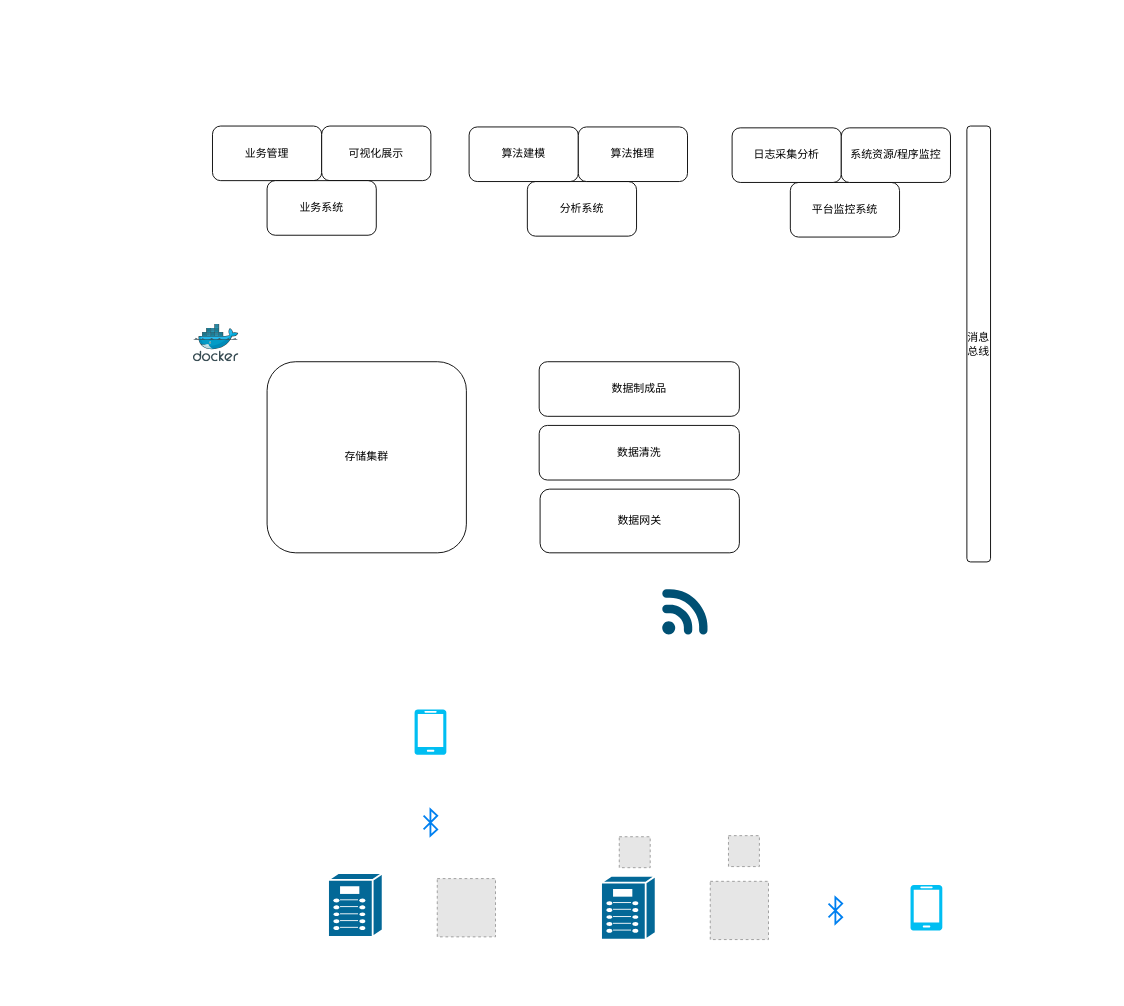
Earlier version of the draw.io diagram 澳瑞特设备管理.drawio (liz2m/draw.images). Source tidied: cells renumbered, new cells numbered last; positions are measured from the earlier drawing's top-left corner, leaving out a move shared by most shapes. Both pictures are drawn from the tidied source at 91%, with x=0, y=0 at pixel (193, 126). Pictures stored in the file or linked from it are replaced by grey dashed boxes.
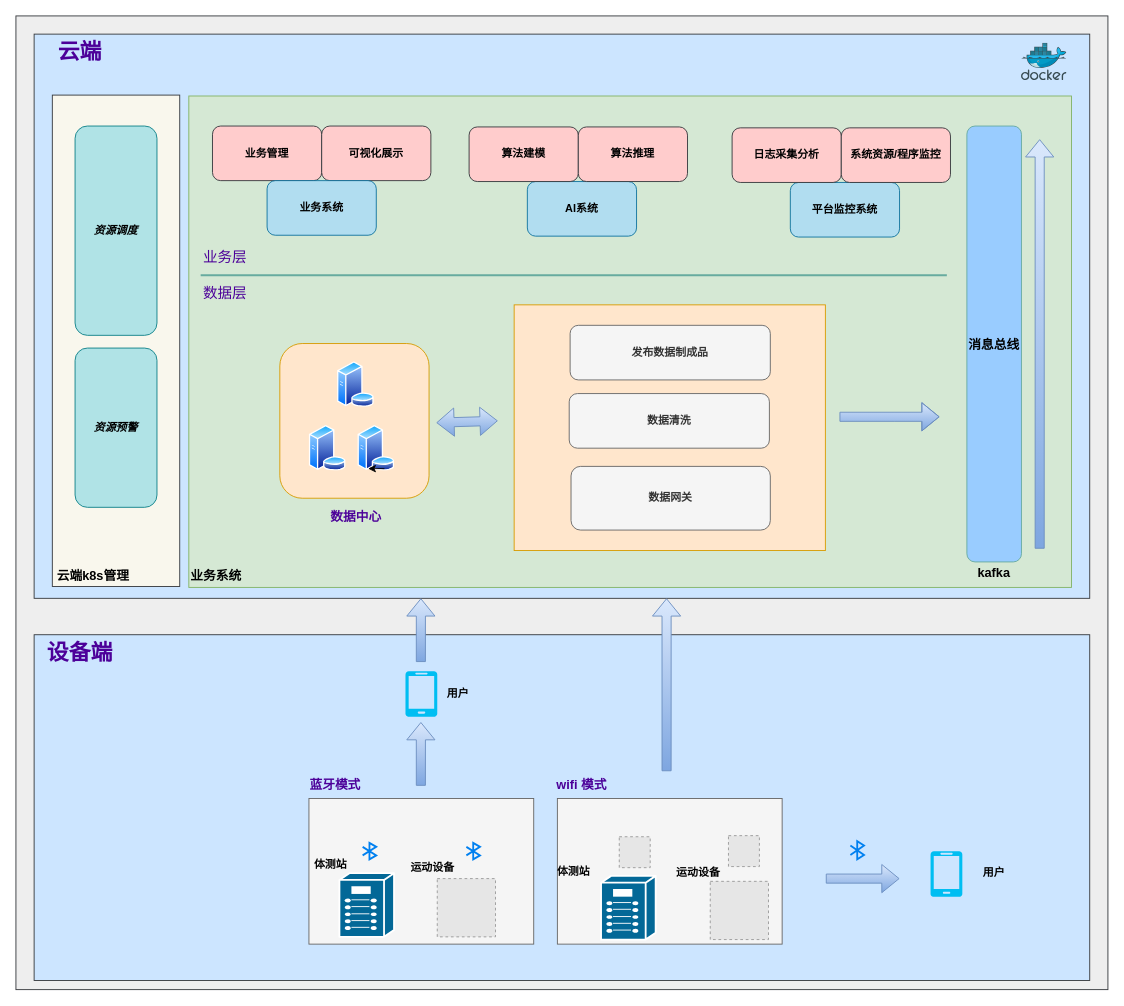
After the change.

Commit message (it also covers changes not shown here):
更新澳瑞特设备管理.drawio

The edit, as a diff of the source:
```diff
@@
+    <mxCell id="28" style="rounded=0;whiteSpace=wrap;html=1;fontSize=16;fillColor=#eeeeee;strokeColor=#36393d;" parent="1" vertex="1">
+      <mxGeometry x="-195" y="-121" width="1200" height="1070" as="geometry" />
+    </mxCell>
+    <mxCell id="29" style="rounded=0;whiteSpace=wrap;html=1;fillColor=#cce5ff;strokeColor=#36393d;" parent="1" vertex="1">
+      <mxGeometry x="-175" y="559" width="1160" height="380" as="geometry" />
+    </mxCell>
+    <mxCell id="30" style="rounded=0;whiteSpace=wrap;html=1;fillColor=#cce5ff;strokeColor=#36393d;" parent="1" vertex="1">
+      <mxGeometry x="-175" y="-101" width="1160" height="620" as="geometry" />
+    </mxCell>
+    <mxCell id="31" style="rounded=0;whiteSpace=wrap;html=1;fillColor=#f9f7ed;strokeColor=#36393d;" parent="1" vertex="1">
+      <mxGeometry x="-155" y="-34" width="140" height="540" as="geometry" />
+    </mxCell>
+    <mxCell id="32" style="rounded=0;whiteSpace=wrap;html=1;fillColor=#d5e8d4;strokeColor=#82b366;" parent="1" vertex="1">
+      <mxGeometry x="-5" y="-33" width="970" height="540" as="geometry" />
+    </mxCell>
+    <mxCell id="33" style="rounded=0;whiteSpace=wrap;html=1;fillColor=#ffe6cc;strokeColor=#d79b00;" parent="1" vertex="1">
+      <mxGeometry x="352.5" y="196.5" width="342" height="270" as="geometry" />
+    </mxCell>
+    <mxCell id="34" style="rounded=0;whiteSpace=wrap;html=1;fontColor=#333333;fillColor=#f5f5f5;strokeColor=#666666;" parent="1" vertex="1">
+      <mxGeometry x="400" y="739" width="247" height="160" as="geometry" />
+    </mxCell>
+    <mxCell id="35" style="rounded=0;whiteSpace=wrap;html=1;fontColor=#333333;fillColor=#f5f5f5;strokeColor=#666666;" parent="1" vertex="1">
+      <mxGeometry x="127" y="739" width="247" height="160" as="geometry" />
+    </mxCell>
@@
-    <mxCell id="3" style="verticalLabelPosition=bottom;sketch=0;html=1;verticalAlign=top;align=center;shape=mxgraph.cisco19.3g_4g_indicator;fillColor=#005073;strokeColor=none;" parent="1" vertex="1">
-      <mxGeometry x="515" y="509" width="50" height="50" as="geometry" />
-    </mxCell>
     <mxCell id="4" style="html=1;verticalLabelPosition=bottom;align=center;labelBackgroundColor=#ffffff;verticalAlign=top;strokeWidth=2;strokeColor=#0080F0;shadow=0;dashed=0;shape=mxgraph.ios7.icons.bluetooth;" parent="1" vertex="1">
-      <mxGeometry x="253" y="751" width="15" height="28.8" as="geometry" />
+      <mxGeometry x="186" y="787.8" width="15" height="18" as="geometry" />
     </mxCell>
     <mxCell id="5" style="shape=mxgraph.cisco.misc.breakout_box;html=1;dashed=0;fillColor=#036897;strokeColor=#ffffff;strokeWidth=2;verticalLabelPosition=bottom;verticalAlign=top;align=center;" parent="1" vertex="1">
-      <mxGeometry x="148" y="821" width="60" height="70" as="geometry" />
+      <mxGeometry x="160.5" y="821" width="60" height="70" as="geometry" />
     </mxCell>
     <mxCell id="6" style="verticalLabelPosition=bottom;html=1;verticalAlign=top;align=center;strokeColor=none;fillColor=#00BEF2;shape=mxgraph.azure.mobile;fontColor=#000000;" parent="1" vertex="1">
-      <mxGeometry x="243" y="641" width="35" height="50" as="geometry" />
+      <mxGeometry x="233" y="599" width="35" height="50" as="geometry" />
     </mxCell>
@@
     <mxCell id="11" style="sketch=0;html=1;align=center;image;fontSize=12;image=img/lib/mscae/Docker.svg;fontColor=#000000;" parent="1" vertex="1">
-      <mxGeometry y="218" width="50" height="41" as="geometry" />
+      <mxGeometry x="910" y="-91" width="50" height="41" as="geometry" />
     </mxCell>
     <mxCell id="12" style="html=1;verticalLabelPosition=bottom;align=center;labelBackgroundColor=#ffffff;verticalAlign=top;strokeWidth=2;strokeColor=#0080F0;shadow=0;dashed=0;shape=mxgraph.ios7.icons.bluetooth;" parent="1" vertex="1">
-      <mxGeometry x="698" y="847.6" width="15" height="28.8" as="geometry" />
+      <mxGeometry x="722" y="785.8" width="15" height="20" as="geometry" />
     </mxCell>
     <mxCell id="13" style="verticalLabelPosition=bottom;html=1;verticalAlign=top;align=center;strokeColor=none;fillColor=#00BEF2;shape=mxgraph.azure.mobile;fontColor=#000000;" parent="1" vertex="1">
-      <mxGeometry x="788" y="834" width="35" height="50" as="geometry" />
+      <mxGeometry x="810" y="797" width="35" height="50" as="geometry" />
     </mxCell>
-    <mxCell id="14" value="数据网关" style="rounded=1;whiteSpace=wrap;html=1;fontColor=#000000;" parent="1" vertex="1">
-      <mxGeometry x="381" y="399" width="219" height="70" as="geometry" />
+    <mxCell id="14" value="数据网关" style="rounded=1;whiteSpace=wrap;html=1;fontColor=#333333;fillColor=#f5f5f5;strokeColor=#666666;fontStyle=1;" parent="1" vertex="1">
+      <mxGeometry x="415" y="374" width="219" height="70" as="geometry" />
     </mxCell>
-    <mxCell id="15" value="消息总线" style="rounded=1;whiteSpace=wrap;html=1;fontColor=#000000;" parent="1" vertex="1">
-      <mxGeometry x="850" width="26" height="479" as="geometry" />
+    <mxCell id="15" value="消息总线" style="rounded=1;whiteSpace=wrap;html=1;fillColor=#99CCFF;strokeColor=#67AB9F;fontStyle=1;fontSize=14;" parent="1" vertex="1">
+      <mxGeometry x="850" width="60" height="479" as="geometry" />
     </mxCell>
-    <mxCell id="16" value="数据清洗" style="rounded=1;whiteSpace=wrap;html=1;fontColor=#000000;" parent="1" vertex="1">
-      <mxGeometry x="380" y="329" width="220" height="60" as="geometry" />
+    <mxCell id="16" value="数据清洗" style="rounded=1;whiteSpace=wrap;html=1;fontColor=#333333;fillColor=#f5f5f5;strokeColor=#666666;fontStyle=1;" parent="1" vertex="1">
+      <mxGeometry x="413" y="294" width="220" height="60" as="geometry" />
     </mxCell>
-    <mxCell id="17" value="分析系统" style="rounded=1;whiteSpace=wrap;html=1;fontColor=#000000;" parent="1" vertex="1">
+    <mxCell id="17" value="AI系统" style="rounded=1;whiteSpace=wrap;html=1;fillColor=#b1ddf0;strokeColor=#10739e;fontStyle=1;" parent="1" vertex="1">
       <mxGeometry x="367" y="61" width="120" height="60" as="geometry" />
     </mxCell>
-    <mxCell id="18" value="业务管理" style="rounded=1;whiteSpace=wrap;html=1;fontColor=#000000;" parent="1" vertex="1">
+    <mxCell id="18" value="业务管理" style="rounded=1;whiteSpace=wrap;html=1;fillColor=#ffcccc;strokeColor=#36393d;fontStyle=1;" parent="1" vertex="1">
       <mxGeometry x="21" width="120" height="60" as="geometry" />
     </mxCell>
-    <mxCell id="19" value="可视化展示" style="rounded=1;whiteSpace=wrap;html=1;fontColor=#000000;" parent="1" vertex="1">
+    <mxCell id="19" value="可视化展示" style="rounded=1;whiteSpace=wrap;html=1;fillColor=#ffcccc;strokeColor=#36393d;fontStyle=1;" parent="1" vertex="1">
       <mxGeometry x="141" width="120" height="60" as="geometry" />
     </mxCell>
-    <mxCell id="20" value="算法建模" style="rounded=1;whiteSpace=wrap;html=1;fontColor=#000000;" parent="1" vertex="1">
+    <mxCell id="20" value="算法建模" style="rounded=1;whiteSpace=wrap;html=1;fillColor=#ffcccc;strokeColor=#36393d;fontStyle=1;" parent="1" vertex="1">
       <mxGeometry x="303" y="1" width="120" height="60" as="geometry" />
     </mxCell>
-    <mxCell id="21" value="算法推理" style="rounded=1;whiteSpace=wrap;html=1;fontColor=#000000;" parent="1" vertex="1">
+    <mxCell id="21" value="算法推理" style="rounded=1;whiteSpace=wrap;html=1;fillColor=#ffcccc;strokeColor=#36393d;fontStyle=1;" parent="1" vertex="1">
       <mxGeometry x="423" y="1" width="120" height="60" as="geometry" />
     </mxCell>
-    <mxCell id="22" value="业务系统" style="rounded=1;whiteSpace=wrap;html=1;fontColor=#000000;" parent="1" vertex="1">
+    <mxCell id="22" value="业务系统" style="rounded=1;whiteSpace=wrap;html=1;fillColor=#b1ddf0;strokeColor=#10739e;fontStyle=1;" parent="1" vertex="1">
       <mxGeometry x="81" y="60" width="120" height="60" as="geometry" />
     </mxCell>
-    <mxCell id="23" value="平台监控系统" style="rounded=1;whiteSpace=wrap;html=1;fontColor=#000000;" parent="1" vertex="1">
+    <mxCell id="23" value="平台监控系统" style="rounded=1;whiteSpace=wrap;html=1;fillColor=#b1ddf0;strokeColor=#10739e;fontStyle=1;" parent="1" vertex="1">
       <mxGeometry x="656" y="62" width="120" height="60" as="geometry" />
     </mxCell>
-    <mxCell id="24" value="日志采集分析" style="rounded=1;whiteSpace=wrap;html=1;fontColor=#000000;" parent="1" vertex="1">
+    <mxCell id="24" value="日志采集分析" style="rounded=1;whiteSpace=wrap;html=1;fillColor=#ffcccc;strokeColor=#36393d;fontStyle=1;" parent="1" vertex="1">
       <mxGeometry x="592" y="2" width="120" height="60" as="geometry" />
     </mxCell>
-    <mxCell id="25" value="系统资源/程序监控" style="rounded=1;whiteSpace=wrap;html=1;fontColor=#000000;" parent="1" vertex="1">
+    <mxCell id="25" value="系统资源/程序监控" style="rounded=1;whiteSpace=wrap;html=1;fillColor=#ffcccc;strokeColor=#36393d;fontStyle=1;" parent="1" vertex="1">
       <mxGeometry x="712" y="2" width="120" height="60" as="geometry" />
     </mxCell>
-    <mxCell id="26" value="数据制成品" style="rounded=1;whiteSpace=wrap;html=1;fontColor=#000000;" parent="1" vertex="1">
-      <mxGeometry x="380" y="259" width="220" height="60" as="geometry" />
+    <mxCell id="26" value="发布数据制成品" style="rounded=1;whiteSpace=wrap;html=1;fontColor=#333333;fillColor=#f5f5f5;strokeColor=#666666;fontStyle=1;" parent="1" vertex="1">
+      <mxGeometry x="414" y="219" width="220" height="60" as="geometry" />
     </mxCell>
-    <mxCell id="27" value="存储集群" style="rounded=1;whiteSpace=wrap;html=1;fontColor=#000000;" parent="1" vertex="1">
-      <mxGeometry x="81" y="259" width="219" height="210" as="geometry" />
+    <mxCell id="27" style="rounded=1;whiteSpace=wrap;html=1;fillColor=#ffe6cc;strokeColor=#d79b00;" parent="1" vertex="1">
+      <mxGeometry x="95" y="239" width="164" height="170" as="geometry" />
     </mxCell>
+    <mxCell id="36" value="资源调度" style="rounded=1;whiteSpace=wrap;html=1;fillColor=#b0e3e6;strokeColor=#0e8088;fontStyle=3;" parent="1" vertex="1">
+      <mxGeometry x="-130" width="90" height="230" as="geometry" />
+    </mxCell>
+    <mxCell id="37" value="蓝牙模式" style="text;html=1;strokeColor=none;fillColor=none;align=center;verticalAlign=middle;whiteSpace=wrap;rounded=0;fontColor=#4C0099;fontStyle=1;fontSize=14;" parent="1" vertex="1">
+      <mxGeometry x="126" y="709" width="60" height="30" as="geometry" />
+    </mxCell>
+    <mxCell id="38" style="html=1;verticalLabelPosition=bottom;align=center;labelBackgroundColor=#ffffff;verticalAlign=top;strokeWidth=2;strokeColor=#0080F0;shadow=0;dashed=0;shape=mxgraph.ios7.icons.bluetooth;" parent="1" vertex="1">
+      <mxGeometry x="300" y="787.8" width="15" height="18" as="geometry" />
+    </mxCell>
+    <mxCell id="39" value="wifi 模式" style="text;html=1;strokeColor=none;fillColor=none;align=center;verticalAlign=middle;whiteSpace=wrap;rounded=0;fontColor=#4C0099;fontStyle=1;fontSize=14;" parent="1" vertex="1">
+      <mxGeometry x="397" y="709" width="60" height="30" as="geometry" />
+    </mxCell>
+    <mxCell id="40" value="资源预警" style="rounded=1;whiteSpace=wrap;html=1;fillColor=#b0e3e6;strokeColor=#0e8088;fontStyle=3;" parent="1" vertex="1">
+      <mxGeometry x="-130" y="244" width="90" height="175" as="geometry" />
+    </mxCell>
+    <mxCell id="41" style="shape=flexArrow;endArrow=classic;html=1;rounded=0;fontColor=#000000;fillColor=#dae8fc;strokeColor=#6c8ebf;gradientColor=#7ea6e0;" parent="1" edge="1">
+      <mxGeometry relative="1" as="geometry">
+        <mxPoint x="695" y="827" as="sourcePoint" />
+        <mxPoint x="776" y="827" as="targetPoint" />
+      </mxGeometry>
+    </mxCell>
+    <mxCell id="42" value="用户" style="text;html=1;strokeColor=none;fillColor=none;align=center;verticalAlign=middle;whiteSpace=wrap;rounded=0;fontColor=#000000;fontStyle=1;" parent="1" vertex="1">
+      <mxGeometry x="850" y="805.8" width="60" height="30" as="geometry" />
+    </mxCell>
+    <mxCell id="43" style="perimeter=ellipsePerimeter;html=1;align=center;shadow=0;dashed=0;spacingTop=3;image;image=img/lib/active_directory/database_server.svg;fontColor=#000000;" parent="1" vertex="1">
+      <mxGeometry x="158" y="259" width="41" height="50" as="geometry" />
+    </mxCell>
+    <mxCell id="44" style="perimeter=ellipsePerimeter;html=1;align=center;shadow=0;dashed=0;spacingTop=3;image;image=img/lib/active_directory/database_server.svg;fontColor=#000000;" parent="1" vertex="1">
+      <mxGeometry x="127" y="329" width="41" height="50" as="geometry" />
+    </mxCell>
+    <mxCell id="45" style="perimeter=ellipsePerimeter;html=1;align=center;shadow=0;dashed=0;spacingTop=3;image;image=img/lib/active_directory/database_server.svg;fontColor=#000000;" parent="1" vertex="1">
+      <mxGeometry x="180.5" y="329" width="41" height="50" as="geometry" />
+    </mxCell>
+    <mxCell id="46" style="shape=flexArrow;endArrow=classic;html=1;rounded=0;fontColor=#000000;fillColor=#dae8fc;strokeColor=#6c8ebf;gradientColor=#7ea6e0;" parent="1" edge="1">
+      <mxGeometry relative="1" as="geometry">
+        <mxPoint x="930" y="464.5" as="sourcePoint" />
+        <mxPoint x="930" y="14.5" as="targetPoint" />
+      </mxGeometry>
+    </mxCell>
+    <mxCell id="47" style="shape=flexArrow;endArrow=classic;html=1;rounded=0;fontColor=#000000;fillColor=#dae8fc;strokeColor=#6c8ebf;gradientColor=#7ea6e0;" parent="1" edge="1">
+      <mxGeometry relative="1" as="geometry">
+        <mxPoint x="250" y="725" as="sourcePoint" />
+        <mxPoint x="250" y="655" as="targetPoint" />
+      </mxGeometry>
+    </mxCell>
+    <mxCell id="48" style="shape=flexArrow;endArrow=classic;html=1;rounded=0;fontColor=#000000;fillColor=#dae8fc;strokeColor=#6c8ebf;gradientColor=#7ea6e0;" parent="1" edge="1">
+      <mxGeometry relative="1" as="geometry">
+        <mxPoint x="520" y="709" as="sourcePoint" />
+        <mxPoint x="520" y="519" as="targetPoint" />
+      </mxGeometry>
+    </mxCell>
+    <mxCell id="49" style="shape=flexArrow;endArrow=classic;html=1;rounded=0;fontColor=#000000;fillColor=#dae8fc;strokeColor=#6c8ebf;gradientColor=#7ea6e0;" parent="1" edge="1">
+      <mxGeometry relative="1" as="geometry">
+        <mxPoint x="250" y="589" as="sourcePoint" />
+        <mxPoint x="250" y="519" as="targetPoint" />
+      </mxGeometry>
+    </mxCell>
+    <mxCell id="50" value="云端k8s管理" style="text;html=1;strokeColor=none;fillColor=none;align=center;verticalAlign=middle;whiteSpace=wrap;rounded=0;fontColor=#000000;fontStyle=1;fontSize=14;" parent="1" vertex="1">
+      <mxGeometry x="-165" y="479" width="110" height="30" as="geometry" />
+    </mxCell>
+    <mxCell id="51" style="shape=flexArrow;endArrow=classic;html=1;rounded=0;fontColor=#000000;fillColor=#dae8fc;strokeColor=#6c8ebf;gradientColor=#7ea6e0;" parent="1" edge="1">
+      <mxGeometry relative="1" as="geometry">
+        <mxPoint x="710" y="319.5" as="sourcePoint" />
+        <mxPoint x="820" y="319.5" as="targetPoint" />
+        <Array as="points">
+          <mxPoint x="770" y="319.5" />
+        </Array>
+      </mxGeometry>
+    </mxCell>
+    <mxCell id="52" value="业务系统" style="text;html=1;strokeColor=none;fillColor=none;align=center;verticalAlign=middle;whiteSpace=wrap;rounded=0;fontColor=#000000;fontSize=14;fontStyle=1;" parent="1" vertex="1">
+      <mxGeometry x="-5" y="479" width="60" height="30" as="geometry" />
+    </mxCell>
+    <mxCell id="53" style="edgeStyle=orthogonalEdgeStyle;rounded=0;orthogonalLoop=1;jettySize=auto;html=1;exitX=0.75;exitY=1;exitDx=0;exitDy=0;entryX=0.25;entryY=1;entryDx=0;entryDy=0;fontColor=#000000;" parent="1" edge="1" source="45" target="45">
+      <mxGeometry relative="1" as="geometry" />
+    </mxCell>
+    <mxCell id="54" style="shape=flexArrow;endArrow=classic;startArrow=classic;html=1;rounded=0;fontColor=#000000;fillColor=#dae8fc;strokeColor=#6c8ebf;gradientColor=#7ea6e0;" parent="1" edge="1">
+      <mxGeometry relative="1" as="geometry">
+        <mxPoint x="267" y="326" as="sourcePoint" />
+        <mxPoint x="334.5" y="323.9" as="targetPoint" />
+        <Array as="points">
+          <mxPoint x="267" y="326" />
+        </Array>
+      </mxGeometry>
+    </mxCell>
+    <mxCell id="55" value="kafka" style="text;html=1;strokeColor=none;fillColor=none;align=center;verticalAlign=middle;whiteSpace=wrap;rounded=0;fontSize=14;fontColor=#000000;fontStyle=1;" parent="1" vertex="1">
+      <mxGeometry x="850" y="476" width="60" height="30" as="geometry" />
+    </mxCell>
+    <mxCell id="56" value="用户" style="text;html=1;strokeColor=none;fillColor=none;align=center;verticalAlign=middle;whiteSpace=wrap;rounded=0;fontColor=#000000;fontStyle=1;" parent="1" vertex="1">
+      <mxGeometry x="261" y="609" width="60" height="30" as="geometry" />
+    </mxCell>
+    <mxCell id="57" value="体测站" style="text;html=1;strokeColor=none;fillColor=none;align=center;verticalAlign=middle;whiteSpace=wrap;rounded=0;fontColor=#000000;fontStyle=1;" parent="1" vertex="1">
+      <mxGeometry x="120.5" y="797" width="60" height="30" as="geometry" />
+    </mxCell>
+    <mxCell id="58" value="运动设备" style="text;html=1;strokeColor=none;fillColor=none;align=center;verticalAlign=middle;whiteSpace=wrap;rounded=0;fontColor=#000000;fontStyle=1;" parent="1" vertex="1">
+      <mxGeometry x="233" y="800" width="60" height="30" as="geometry" />
+    </mxCell>
+    <mxCell id="59" value="体测站" style="text;html=1;strokeColor=none;fillColor=none;align=center;verticalAlign=middle;whiteSpace=wrap;rounded=0;fontColor=#000000;fontStyle=1;" parent="1" vertex="1">
+      <mxGeometry x="388" y="804" width="60" height="30" as="geometry" />
+    </mxCell>
+    <mxCell id="60" value="运动设备" style="text;html=1;strokeColor=none;fillColor=none;align=center;verticalAlign=middle;whiteSpace=wrap;rounded=0;fontColor=#000000;fontStyle=1;" parent="1" vertex="1">
+      <mxGeometry x="525" y="805.8" width="60" height="30" as="geometry" />
+    </mxCell>
+    <mxCell id="61" style="line;strokeWidth=2;html=1;strokeColor=#67AB9F;fontSize=16;fontColor=#4C0099;fillColor=#99CCFF;" parent="1" vertex="1">
+      <mxGeometry x="8" y="159" width="820" height="10" as="geometry" />
+    </mxCell>
+    <mxCell id="62" value="云端" style="text;strokeColor=none;fillColor=none;html=1;fontSize=24;fontStyle=1;verticalAlign=middle;align=center;fontColor=#4C0099;" parent="1" vertex="1">
+      <mxGeometry x="-175" y="-101" width="100" height="40" as="geometry" />
+    </mxCell>
+    <mxCell id="63" value="设备端" style="text;strokeColor=none;fillColor=none;html=1;fontSize=24;fontStyle=1;verticalAlign=middle;align=center;fontColor=#4C0099;" parent="1" vertex="1">
+      <mxGeometry x="-175" y="559" width="100" height="40" as="geometry" />
+    </mxCell>
+    <mxCell id="64" value="业务层" style="text;html=1;strokeColor=none;fillColor=none;align=center;verticalAlign=middle;whiteSpace=wrap;rounded=0;fontSize=16;fontColor=#4C0099;" parent="1" vertex="1">
+      <mxGeometry x="5" y="129" width="60" height="30" as="geometry" />
+    </mxCell>
+    <mxCell id="65" value="数据层" style="text;html=1;strokeColor=none;fillColor=none;align=center;verticalAlign=middle;whiteSpace=wrap;rounded=0;fontSize=16;fontColor=#4C0099;" parent="1" vertex="1">
+      <mxGeometry x="5" y="169" width="60" height="30" as="geometry" />
+    </mxCell>
+    <mxCell id="66" value="数据中心" style="text;html=1;strokeColor=none;fillColor=none;align=center;verticalAlign=middle;whiteSpace=wrap;rounded=0;fontColor=#4C0099;fontStyle=1;fontSize=14;" parent="1" vertex="1">
+      <mxGeometry x="148.5" y="414" width="60" height="30" as="geometry" />
+    </mxCell>
```
